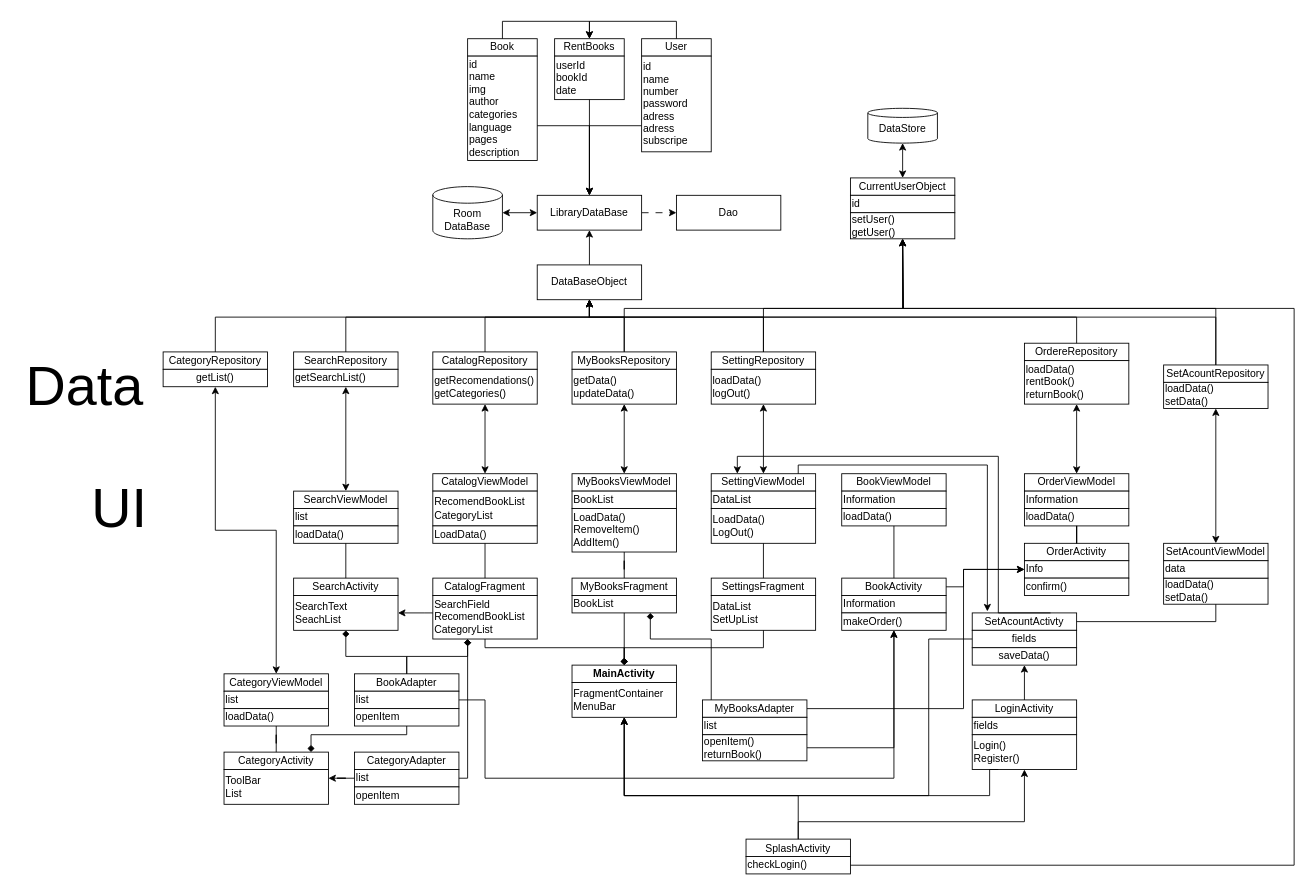
Above: page "Сторінка-2" (2 of 2) of other/схеми.drawio in SviatKuzbyt/Library (draw.io), before the change. Source tidied: cells renumbered, new cells numbered last; positions are measured from the earlier drawing's top-left corner, leaving out a move shared by most shapes. Both pictures are drawn from the tidied source at 87%, with x=0, y=0 at pixel (15, 21).
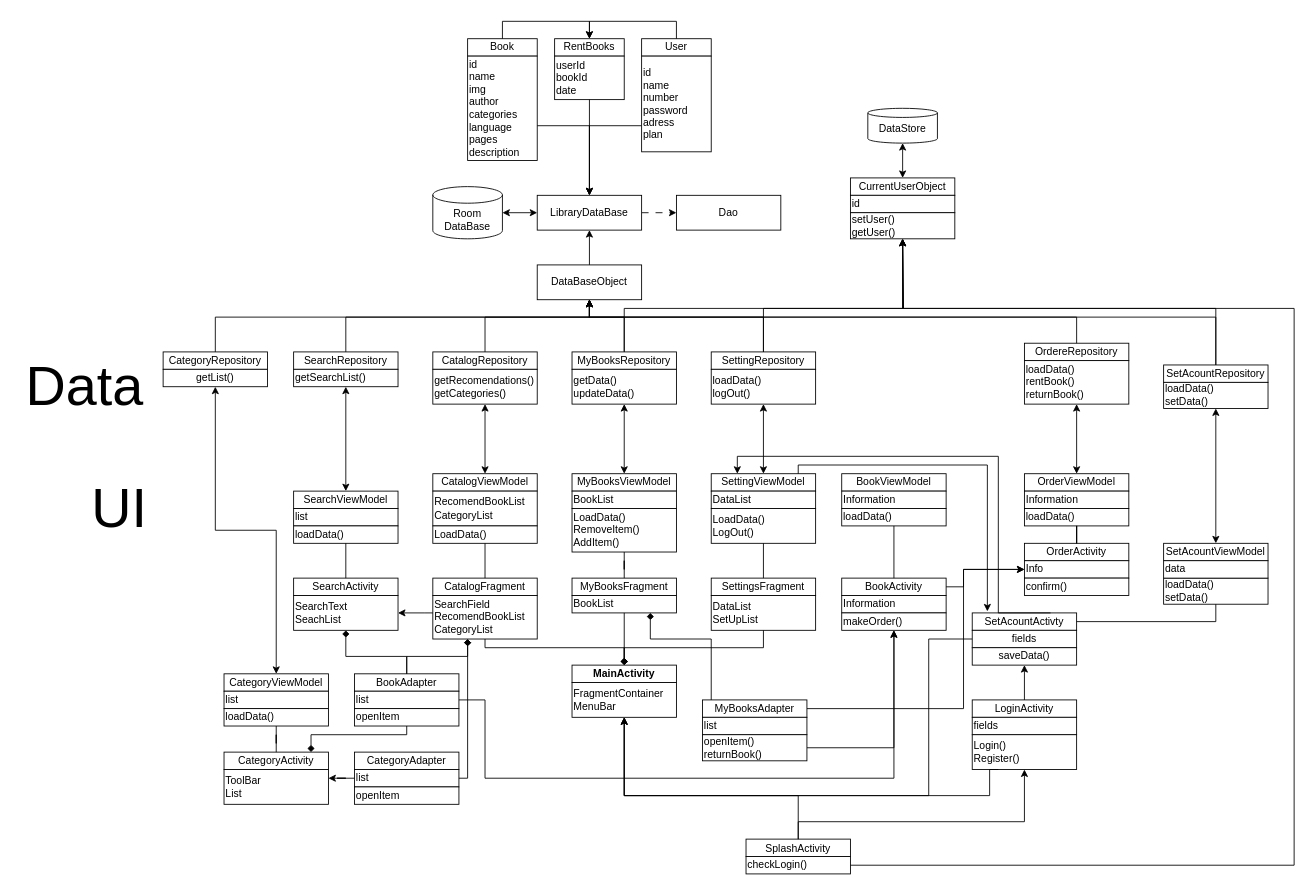
The same diagram, later.

The change refers to these unchanged cells:
```xml
<mxCell id="155" style="group;" parent="1" vertex="1">
  <mxGeometry x="720" y="20" width="80" height="130" as="geometry" />
</mxCell>
```

The edit, as a diff of the source:
```diff
@@
-    <mxCell id="158" value="id&lt;br&gt;name&lt;br&gt;number&lt;br&gt;password&lt;br&gt;adress&lt;br&gt;adress&lt;br&gt;subscripe&lt;br&gt;" style="rounded=0;whiteSpace=wrap;html=1;align=left;" parent="155" vertex="1">
+    <mxCell id="158" value="id&lt;br&gt;name&lt;br&gt;number&lt;br&gt;password&lt;br&gt;adress&lt;br&gt;plan" style="rounded=0;whiteSpace=wrap;html=1;align=left;" parent="155" vertex="1">
       <mxGeometry y="20" width="80" height="110" as="geometry" />
     </mxCell>
```
